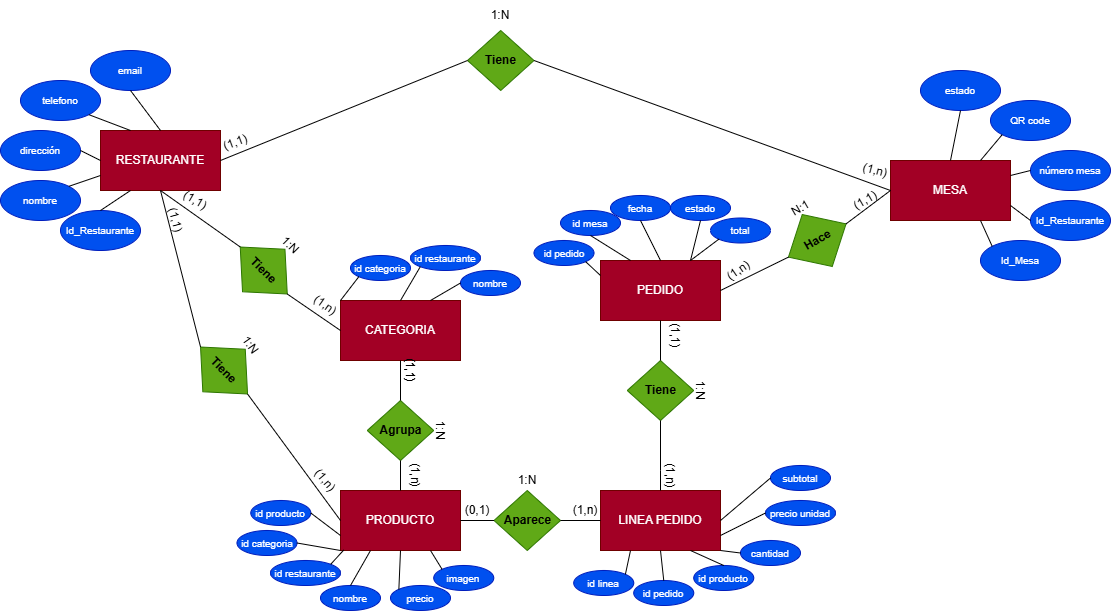
Before: Diagramas/EntidadRelacion.png, a diagram exported from draw.io (NoelSamaDEV/Proyecto2-DAM). Source tidied: cells renumbered, new cells last; positions are measured from the earlier drawing's top-left corner, leaving out a move shared by most shapes.
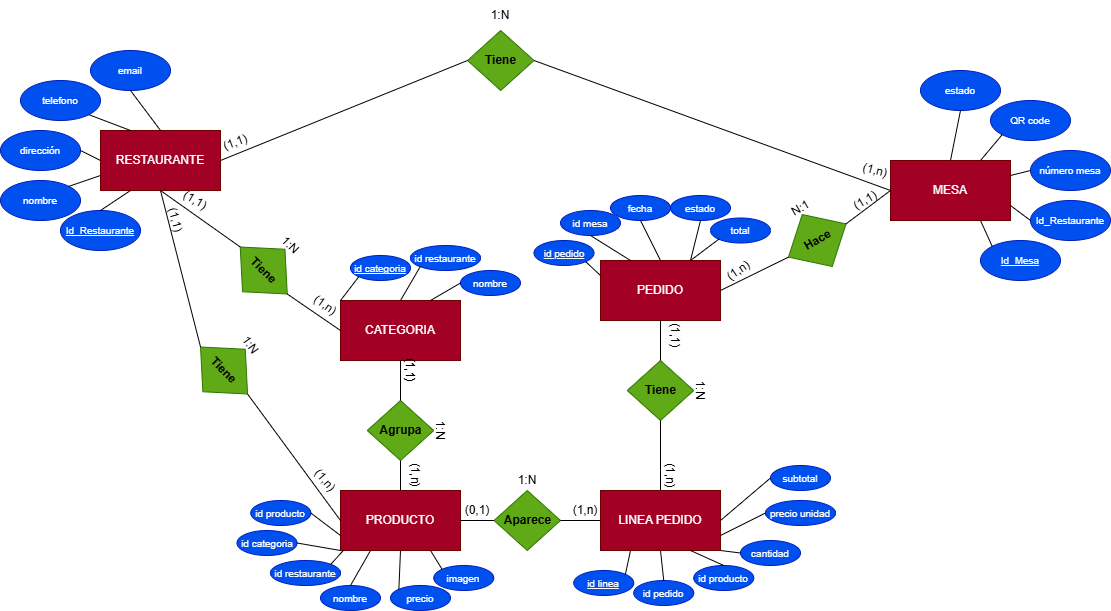
After the change.

Commit message:
Finalizacion Explicacion Entidad-Relacion y añadir wireframes y mockups movil + guia de estilos

Diff of the diagram source:
```diff
@@ -20,7 +20,7 @@
     <mxCell id="7" value="LINEA PEDIDO" style="rounded=0;whiteSpace=wrap;html=1;fillColor=#a20025;fontColor=#ffffff;strokeColor=#6F0000;" parent="1" vertex="1">
       <mxGeometry x="600" y="490" width="120" height="60" as="geometry" />
     </mxCell>
-    <mxCell id="8" value="&lt;font style=&quot;font-size: 10px;&quot;&gt;Id_Restaurante&lt;/font&gt;" style="ellipse;whiteSpace=wrap;html=1;fillColor=#0050ef;fontColor=#ffffff;strokeColor=#001DBC;" parent="1" vertex="1">
+    <mxCell id="8" value="&lt;font style=&quot;font-size: 10px;&quot;&gt;&lt;u&gt;Id_Restaurante&lt;/u&gt;&lt;/font&gt;" style="ellipse;whiteSpace=wrap;html=1;fillColor=#0050ef;fontColor=#ffffff;strokeColor=#001DBC;" parent="1" vertex="1">
       <mxGeometry x="60" y="210" width="80" height="40" as="geometry" />
     </mxCell>
     <mxCell id="9" value="&lt;font style=&quot;font-size: 10px;&quot;&gt;nombre&lt;/font&gt;" style="ellipse;whiteSpace=wrap;html=1;fillColor=#0050ef;fontColor=#ffffff;strokeColor=#001DBC;" parent="1" vertex="1">
@@ -50,7 +50,7 @@
     <mxCell id="17" style="endArrow=none;html=1;rounded=0;exitX=0.5;exitY=1;exitDx=0;exitDy=0;entryX=0.5;entryY=0;entryDx=0;entryDy=0;" parent="1" edge="1" source="12" target="2">
       <mxGeometry relative="1" as="geometry" />
     </mxCell>
-    <mxCell id="18" value="&lt;font style=&quot;font-size: 10px;&quot;&gt;Id_Mesa&lt;/font&gt;" style="ellipse;whiteSpace=wrap;html=1;fillColor=#0050ef;fontColor=#ffffff;strokeColor=#001DBC;" parent="1" vertex="1">
+    <mxCell id="18" value="&lt;font style=&quot;font-size: 10px;&quot;&gt;&lt;u&gt;Id_Mesa&lt;/u&gt;&lt;/font&gt;" style="ellipse;whiteSpace=wrap;html=1;fillColor=#0050ef;fontColor=#ffffff;strokeColor=#001DBC;" parent="1" vertex="1">
       <mxGeometry x="980" y="240" width="80" height="40" as="geometry" />
     </mxCell>
     <mxCell id="19" value="&lt;font style=&quot;font-size: 10px;&quot;&gt;Id_Restaurante&lt;/font&gt;" style="ellipse;whiteSpace=wrap;html=1;fillColor=#0050ef;fontColor=#ffffff;strokeColor=#001DBC;" parent="1" vertex="1">
@@ -80,7 +80,7 @@
     <mxCell id="27" style="endArrow=none;html=1;rounded=0;exitX=0.75;exitY=1;exitDx=0;exitDy=0;entryX=0;entryY=0;entryDx=0;entryDy=0;" parent="1" edge="1" source="3" target="18">
       <mxGeometry relative="1" as="geometry" />
     </mxCell>
-    <mxCell id="28" value="&lt;font style=&quot;font-size: 10px;&quot;&gt;id pedido&lt;/font&gt;" style="ellipse;whiteSpace=wrap;html=1;fillColor=#0050ef;fontColor=#ffffff;strokeColor=#001DBC;" parent="1" vertex="1">
+    <mxCell id="28" value="&lt;font style=&quot;font-size: 10px;&quot;&gt;&lt;u&gt;id pedido&lt;/u&gt;&lt;/font&gt;" style="ellipse;whiteSpace=wrap;html=1;fillColor=#0050ef;fontColor=#ffffff;strokeColor=#001DBC;" parent="1" vertex="1">
       <mxGeometry x="533.5" y="240" width="60" height="25" as="geometry" />
     </mxCell>
     <mxCell id="29" value="&lt;span style=&quot;font-size: 10px;&quot;&gt;fecha&lt;/span&gt;" style="ellipse;whiteSpace=wrap;html=1;fillColor=#0050ef;fontColor=#ffffff;strokeColor=#001DBC;" parent="1" vertex="1">
@@ -113,7 +113,7 @@
     <mxCell id="38" value="&lt;font style=&quot;font-size: 10px;&quot;&gt;id pedido&lt;/font&gt;" style="ellipse;whiteSpace=wrap;html=1;fillColor=#0050ef;fontColor=#ffffff;strokeColor=#001DBC;" parent="1" vertex="1">
       <mxGeometry x="633.2" y="580" width="60" height="25" as="geometry" />
     </mxCell>
-    <mxCell id="39" value="&lt;font style=&quot;font-size: 10px;&quot;&gt;id linea&lt;/font&gt;" style="ellipse;whiteSpace=wrap;html=1;fillColor=#0050ef;fontColor=#ffffff;strokeColor=#001DBC;" parent="1" vertex="1">
+    <mxCell id="39" value="&lt;font style=&quot;font-size: 10px;&quot;&gt;&lt;u&gt;id linea&lt;/u&gt;&lt;/font&gt;" style="ellipse;whiteSpace=wrap;html=1;fillColor=#0050ef;fontColor=#ffffff;strokeColor=#001DBC;" parent="1" vertex="1">
       <mxGeometry x="573.2" y="570" width="60" height="25" as="geometry" />
     </mxCell>
     <mxCell id="40" style="endArrow=none;html=1;rounded=0;exitX=1;exitY=0;exitDx=0;exitDy=0;entryX=0.25;entryY=1;entryDx=0;entryDy=0;" parent="1" edge="1" source="39" target="7">
@@ -265,7 +265,7 @@
     <mxCell id="86" style="endArrow=none;html=1;rounded=0;exitX=0;exitY=0;exitDx=0;exitDy=0;entryX=0.75;entryY=1;entryDx=0;entryDy=0;" parent="1" edge="1" source="80" target="5">
       <mxGeometry relative="1" as="geometry" />
     </mxCell>
-    <mxCell id="87" value="&lt;font style=&quot;font-size: 10px;&quot;&gt;id categoria&lt;/font&gt;" style="ellipse;whiteSpace=wrap;html=1;fillColor=#0050ef;fontColor=#ffffff;strokeColor=#001DBC;" parent="1" vertex="1">
+    <mxCell id="87" value="&lt;font style=&quot;font-size: 10px;&quot;&gt;&lt;u&gt;id categoria&lt;/u&gt;&lt;/font&gt;" style="ellipse;whiteSpace=wrap;html=1;fillColor=#0050ef;fontColor=#ffffff;strokeColor=#001DBC;" parent="1" vertex="1">
       <mxGeometry x="350" y="255" width="60" height="25" as="geometry" />
     </mxCell>
     <mxCell id="88" value="&lt;span style=&quot;font-size: 10px;&quot;&gt;id restaurante&lt;/span&gt;" style="ellipse;whiteSpace=wrap;html=1;fillColor=#0050ef;fontColor=#ffffff;strokeColor=#001DBC;" parent="1" vertex="1">
```
